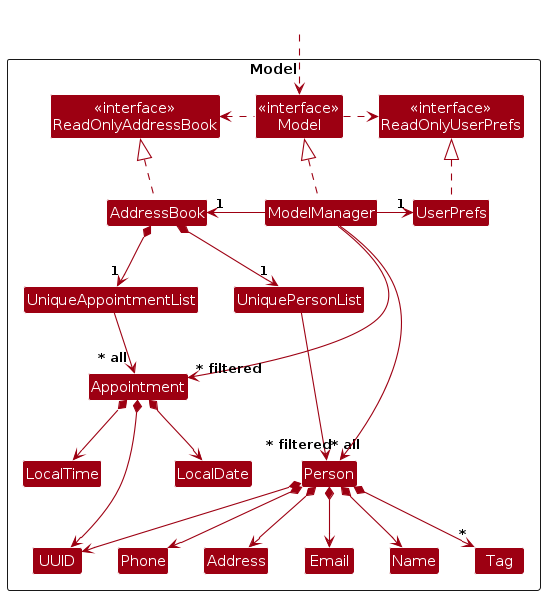
The PlantUML diagram diagrams/ModelClassDiagram.png in AY2324S2-CS2103T-T10-2/tp, before a commit. Its source is kept beside it as diagrams/ModelClassDiagram.puml. Its diagram source:
```plantuml
@startuml
!include style.puml
skinparam arrowThickness 1.1
skinparam arrowColor MODEL_COLOR
skinparam classBackgroundColor MODEL_COLOR

Package Model as ModelPackage <<Rectangle>>{
Class "<<interface>>\nReadOnlyAddressBook" as ReadOnlyAddressBook
Class "<<interface>>\nReadOnlyUserPrefs" as ReadOnlyUserPrefs
Class "<<interface>>\nModel" as Model
Class AddressBook
Class ModelManager
Class UserPrefs

Class UniqueAppointmentList
Class UniquePersonList
Class Person
Class Appointment
Class Address
Class Email
Class Name
Class LocalDate
class LocalTime
Class Phone
Class Tag
Class UUID

Class I #FFFFFF
}

Class HiddenOutside #FFFFFF
HiddenOutside ..> Model

AddressBook .up.|> ReadOnlyAddressBook

ModelManager .up.|> Model
Model .right.> ReadOnlyUserPrefs
Model .left.> ReadOnlyAddressBook
ModelManager -left-> "1" AddressBook
ModelManager -right-> "1" UserPrefs
UserPrefs .up.|> ReadOnlyUserPrefs

AddressBook *--> "1" UniqueAppointmentList
UniqueAppointmentList --> "~* all" Appointment
Appointment *--> LocalDate
Appointment *--> LocalTime
Appointment *--> UUID

AddressBook *--> "1" UniquePersonList
UniquePersonList --> "~* all" Person
Person *--> Name
Person *--> Phone
Person *--> Email
Person *--> Address
Person *--> UUID
Person *--> "*" Tag

Person -[hidden]up--> I
UniquePersonList -[hidden]right-> I

Name -[hidden]right-> Phone
Phone -[hidden]right-> Address
Address -[hidden]right-> Email

ModelManager --> "~* filtered" Person
ModelManager --> "~* filtered" Appointment
@enduml
```
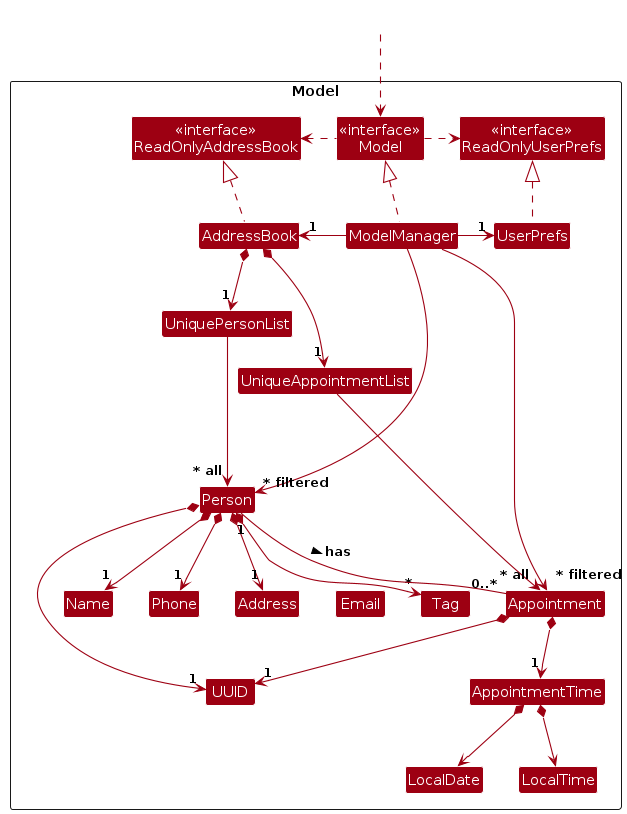
Above is the later version.

Change to the diagram source:
```diff
@@ -15,7 +15,6 @@
 Class UniqueAppointmentList
 Class UniquePersonList
 Class Person
-Class Appointment
 Class Address
 Class Email
 Class Name
@@ -24,6 +23,9 @@
 Class Phone
 Class Tag
 Class UUID
+
+Class Appointment
+Class AppointmentTime
 
 Class I #FFFFFF
 }
@@ -42,17 +44,17 @@
 
 AddressBook *--> "1" UniqueAppointmentList
 UniqueAppointmentList --> "~* all" Appointment
-Appointment *--> LocalDate
-Appointment *--> LocalTime
-Appointment *--> UUID
+Appointment *--> "1" UUID
+Appointment *--> "1" AppointmentTime
+AppointmentTime *--> LocalDate
+AppointmentTime *--> LocalTime
 
 AddressBook *--> "1" UniquePersonList
 UniquePersonList --> "~* all" Person
-Person *--> Name
-Person *--> Phone
-Person *--> Email
-Person *--> Address
-Person *--> UUID
+Person *--> "1" Name
+Person *--> "1" Phone
+Person *--> "1" Address
+Person *--> "1" UUID
 Person *--> "*" Tag
 
 Person -[hidden]up--> I
@@ -64,4 +66,6 @@
 
 ModelManager --> "~* filtered" Person
 ModelManager --> "~* filtered" Appointment
+Person "1" -- "0..*" Appointment : has >
+
 @enduml
```
